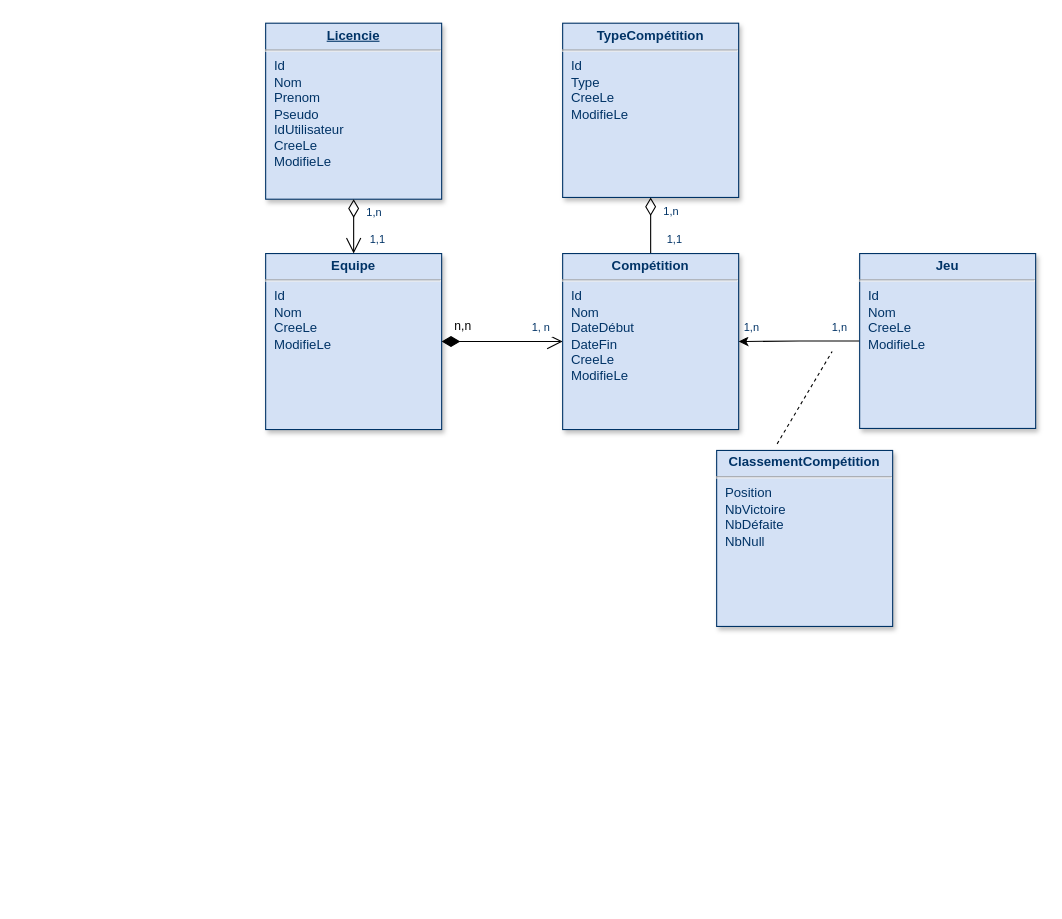
This is diagram projet esport.drawio from Draclight/ProjetEsport, a draw.io file, before an edit. Source tidied: cells renumbered, new cells numbered last; positions are measured from the earlier drawing's top-left corner, leaving out a move shared by most shapes. Both pictures are drawn from the tidied source at 110%, with x=0, y=0 at pixel (265, 23).
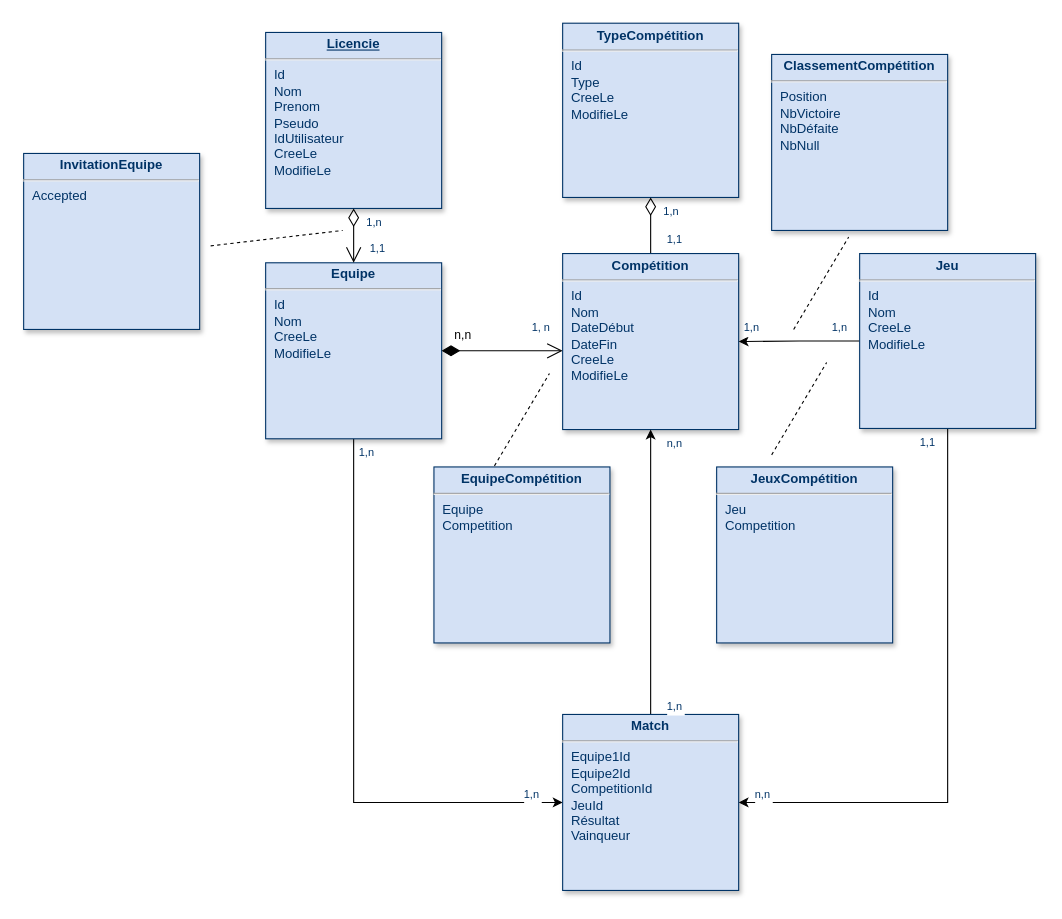
Above is the later version.

Commit message:
Schéma bdd

Unchanged cells that the change refers to:
```xml
<mxCell id="2" value="&lt;p style=&quot;margin: 4px 0px 0px ; text-align: center&quot;&gt;&lt;strong&gt;TypeCompétition&lt;/strong&gt;&lt;/p&gt;&lt;hr&gt;&lt;p style=&quot;margin: 0px 0px 0px 8px&quot;&gt;Id&lt;/p&gt;&lt;p style=&quot;margin: 0px 0px 0px 8px&quot;&gt;Type&lt;/p&gt;&lt;p style=&quot;margin: 0px 0px 0px 8px&quot;&gt;CreeLe&lt;/p&gt;&lt;p style=&quot;margin: 0px 0px 0px 8px&quot;&gt;ModifieLe&lt;/p&gt;" style="verticalAlign=top;align=left;overflow=fill;fontSize=12;fontFamily=Helvetica;html=1;strokeColor=#003366;shadow=1;fillColor=#D4E1F5;fontColor=#003366;" parent="1" vertex="1">
  <mxGeometry x="270" y="-0.4" width="160" height="158.4" as="geometry" />
</mxCell>
<mxCell id="12" value="&lt;p style=&quot;margin: 4px 0px 0px ; text-align: center&quot;&gt;&lt;strong&gt;Compétition&lt;/strong&gt;&lt;/p&gt;&lt;hr&gt;&lt;p style=&quot;margin: 0px 0px 0px 8px&quot;&gt;Id&lt;/p&gt;&lt;p style=&quot;margin: 0px 0px 0px 8px&quot;&gt;Nom&lt;/p&gt;&lt;p style=&quot;margin: 0px 0px 0px 8px&quot;&gt;DateDébut&lt;/p&gt;&lt;p style=&quot;margin: 0px 0px 0px 8px&quot;&gt;DateFin&lt;/p&gt;&lt;p style=&quot;margin: 0px 0px 0px 8px&quot;&gt;CreeLe&lt;/p&gt;&lt;p style=&quot;margin: 0px 0px 0px 8px&quot;&gt;ModifieLe&lt;/p&gt;" style="verticalAlign=top;align=left;overflow=fill;fontSize=12;fontFamily=Helvetica;html=1;strokeColor=#003366;shadow=1;fillColor=#D4E1F5;fontColor=#003366;" parent="1" vertex="1">
  <mxGeometry x="270" y="209" width="160" height="160" as="geometry" />
</mxCell>
<mxCell id="15" value="&lt;p style=&quot;margin: 4px 0px 0px ; text-align: center&quot;&gt;&lt;strong&gt;Jeu&lt;/strong&gt;&lt;/p&gt;&lt;hr&gt;&lt;p style=&quot;margin: 0px 0px 0px 8px&quot;&gt;Id&lt;/p&gt;&lt;p style=&quot;margin: 0px 0px 0px 8px&quot;&gt;Nom&lt;/p&gt;&lt;p style=&quot;margin: 0px 0px 0px 8px&quot;&gt;CreeLe&lt;/p&gt;&lt;p style=&quot;margin: 0px 0px 0px 8px&quot;&gt;ModifieLe&lt;/p&gt;" style="verticalAlign=top;align=left;overflow=fill;fontSize=12;fontFamily=Helvetica;html=1;strokeColor=#003366;shadow=1;fillColor=#D4E1F5;fontColor=#003366;" parent="1" vertex="1">
  <mxGeometry x="540" y="209" width="160" height="159" as="geometry" />
</mxCell>
```

The edit, as a diff of the source:
```diff
@@
+    <mxCell id="20" style="edgeStyle=orthogonalEdgeStyle;rounded=0;jettySize=auto;html=1;exitX=0.5;exitY=1;exitDx=0;exitDy=0;entryX=0;entryY=0.5;entryDx=0;entryDy=0;" parent="1" edge="1" source="3" target="25">
+      <mxGeometry relative="1" as="geometry" />
+    </mxCell>
     <mxCell id="3" value="&lt;p style=&quot;margin: 4px 0px 0px ; text-align: center&quot;&gt;&lt;strong&gt;Equipe&lt;/strong&gt;&lt;/p&gt;&lt;hr&gt;&lt;p style=&quot;margin: 0px 0px 0px 8px&quot;&gt;Id&lt;/p&gt;&lt;p style=&quot;margin: 0px 0px 0px 8px&quot;&gt;Nom&lt;/p&gt;&lt;p style=&quot;margin: 0px 0px 0px 8px&quot;&gt;CreeLe&lt;/p&gt;&lt;p style=&quot;margin: 0px 0px 0px 8px&quot;&gt;ModifieLe&lt;/p&gt;" style="verticalAlign=top;align=left;overflow=fill;fontSize=12;fontFamily=Helvetica;html=1;strokeColor=#003366;shadow=1;fillColor=#D4E1F5;fontColor=#003366;" parent="1" vertex="1">
-      <mxGeometry y="209" width="160" height="160" as="geometry" />
+      <mxGeometry y="217.4" width="160" height="160" as="geometry" />
     </mxCell>
     <mxCell id="4" value="&lt;p style=&quot;margin: 0px ; margin-top: 4px ; text-align: center ; text-decoration: underline&quot;&gt;&lt;strong&gt;Licencie&lt;/strong&gt;&lt;/p&gt;&lt;hr&gt;&lt;p style=&quot;margin: 0px ; margin-left: 8px&quot;&gt;Id&lt;/p&gt;&lt;p style=&quot;margin: 0px ; margin-left: 8px&quot;&gt;Nom&lt;/p&gt;&lt;p style=&quot;margin: 0px ; margin-left: 8px&quot;&gt;Prenom&lt;/p&gt;&lt;p style=&quot;margin: 0px ; margin-left: 8px&quot;&gt;Pseudo&lt;/p&gt;&lt;p style=&quot;margin: 0px ; margin-left: 8px&quot;&gt;IdUtilisateur&lt;/p&gt;&lt;p style=&quot;margin: 0px ; margin-left: 8px&quot;&gt;CreeLe&lt;/p&gt;&lt;p style=&quot;margin: 0px ; margin-left: 8px&quot;&gt;ModifieLe&lt;/p&gt;" style="verticalAlign=top;align=left;overflow=fill;fontSize=12;fontFamily=Helvetica;html=1;strokeColor=#003366;shadow=1;fillColor=#D4E1F5;fontColor=#003366;" parent="1" vertex="1">
-      <mxGeometry y="-0.4" width="160" height="160" as="geometry" />
+      <mxGeometry y="8" width="160" height="160" as="geometry" />
     </mxCell>
     <mxCell id="5" style="endArrow=open;endSize=12;startArrow=diamondThin;startSize=14;startFill=0;edgeStyle=orthogonalEdgeStyle;" parent="1" edge="1" source="2">
-      <mxGeometry y="160" as="geometry">
+      <mxGeometry x="220" y="160" as="geometry">
         <mxPoint x="350" y="258" as="targetPoint" />
       </mxGeometry>
     </mxCell>
@@
     <mxCell id="7" style="endArrow=open;endSize=12;startArrow=diamondThin;startSize=14;startFill=0;edgeStyle=orthogonalEdgeStyle;" parent="1" edge="1" source="4" target="3">
-      <mxGeometry x="620" y="340" as="geometry" />
+      <mxGeometry x="840" y="348.4" as="geometry" />
     </mxCell>
@@
     <mxCell id="10" value="n,n" style="endArrow=open;endSize=12;startArrow=diamondThin;startSize=14;startFill=1;edgeStyle=orthogonalEdgeStyle;align=left;verticalAlign=bottom;" parent="1" edge="1" source="3">
       <mxGeometry x="-0.82" y="5" relative="1" as="geometry">
-        <mxPoint x="270" y="289" as="targetPoint" />
+        <mxPoint x="270" y="297.4" as="targetPoint" />
       </mxGeometry>
     </mxCell>
@@
+    <mxCell id="21" style="edgeStyle=orthogonalEdgeStyle;rounded=0;jettySize=auto;html=1;exitX=0.5;exitY=1;exitDx=0;exitDy=0;entryX=1;entryY=0.5;entryDx=0;entryDy=0;" parent="1" edge="1" source="15" target="25">
+      <mxGeometry relative="1" as="geometry" />
+    </mxCell>
@@
     <mxCell id="18" value="&lt;p style=&quot;margin: 4px 0px 0px ; text-align: center&quot;&gt;&lt;strong&gt;ClassementCompétition&lt;/strong&gt;&lt;/p&gt;&lt;hr&gt;&lt;p style=&quot;margin: 0px 0px 0px 8px&quot;&gt;Position&lt;/p&gt;&lt;p style=&quot;margin: 0px 0px 0px 8px&quot;&gt;NbVictoire&lt;/p&gt;&lt;p style=&quot;margin: 0px 0px 0px 8px&quot;&gt;NbDéfaite&lt;/p&gt;&lt;p style=&quot;margin: 0px 0px 0px 8px&quot;&gt;NbNull&lt;/p&gt;" style="verticalAlign=top;align=left;overflow=fill;fontSize=12;fontFamily=Helvetica;html=1;strokeColor=#003366;shadow=1;fillColor=#D4E1F5;fontColor=#003366;" parent="1" vertex="1">
-      <mxGeometry x="410" y="388" width="160" height="160" as="geometry" />
+      <mxGeometry x="460" y="28" width="160" height="160" as="geometry" />
     </mxCell>
     <mxCell id="19" style="endArrow=none;dashed=1;html=1;" parent="1" edge="1">
       <mxGeometry relative="1" as="geometry">
-        <mxPoint x="465" y="382" as="sourcePoint" />
-        <mxPoint x="515" y="298" as="targetPoint" />
+        <mxPoint x="480" y="278" as="sourcePoint" />
+        <mxPoint x="530" y="194" as="targetPoint" />
       </mxGeometry>
     </mxCell>
+    <mxCell id="22" value="&lt;p style=&quot;margin: 4px 0px 0px ; text-align: center&quot;&gt;&lt;strong&gt;InvitationEquipe&lt;/strong&gt;&lt;/p&gt;&lt;hr&gt;&lt;p style=&quot;margin: 0px 0px 0px 8px&quot;&gt;Accepted&lt;br&gt;&lt;/p&gt;" style="verticalAlign=top;align=left;overflow=fill;fontSize=12;fontFamily=Helvetica;html=1;strokeColor=#003366;shadow=1;fillColor=#D4E1F5;fontColor=#003366;" parent="1" vertex="1">
+      <mxGeometry x="-220" y="118" width="160" height="160" as="geometry" />
+    </mxCell>
+    <mxCell id="23" style="endArrow=none;dashed=1;html=1;" parent="1" edge="1">
+      <mxGeometry relative="1" as="geometry">
+        <mxPoint x="-50" y="202" as="sourcePoint" />
+        <mxPoint x="70" y="188" as="targetPoint" />
+      </mxGeometry>
+    </mxCell>
+    <mxCell id="24" style="edgeStyle=orthogonalEdgeStyle;rounded=0;jettySize=auto;html=1;exitX=0.5;exitY=0;exitDx=0;exitDy=0;entryX=0.5;entryY=1;entryDx=0;entryDy=0;" parent="1" edge="1" source="25" target="12">
+      <mxGeometry relative="1" as="geometry" />
+    </mxCell>
+    <mxCell id="25" value="&lt;p style=&quot;margin: 4px 0px 0px ; text-align: center&quot;&gt;&lt;strong&gt;Match&lt;/strong&gt;&lt;/p&gt;&lt;hr&gt;&lt;p style=&quot;margin: 0px 0px 0px 8px&quot;&gt;Equipe1Id&lt;/p&gt;&lt;p style=&quot;margin: 0px 0px 0px 8px&quot;&gt;Equipe2Id&lt;/p&gt;&lt;p style=&quot;margin: 0px 0px 0px 8px&quot;&gt;CompetitionId&lt;/p&gt;&lt;p style=&quot;margin: 0px 0px 0px 8px&quot;&gt;JeuId&lt;/p&gt;&lt;p style=&quot;margin: 0px 0px 0px 8px&quot;&gt;Résultat&lt;/p&gt;&lt;p style=&quot;margin: 0px 0px 0px 8px&quot;&gt;Vainqueur&lt;/p&gt;" style="verticalAlign=top;align=left;overflow=fill;fontSize=12;fontFamily=Helvetica;html=1;strokeColor=#003366;shadow=1;fillColor=#D4E1F5;fontColor=#003366;" parent="1" vertex="1">
+      <mxGeometry x="270" y="628" width="160" height="160" as="geometry" />
+    </mxCell>
+    <mxCell id="26" value="1,n" style="align=right;verticalAlign=top;labelBackgroundColor=#ffffff;fontSize=10;strokeColor=#003366;shadow=1;fillColor=#D4E1F5;fontColor=#003366;" parent="1" vertex="1">
+      <mxGeometry x="250" y="688" as="geometry" />
+    </mxCell>
+    <mxCell id="27" value="1,n" style="align=right;verticalAlign=top;labelBackgroundColor=#ffffff;fontSize=10;strokeColor=#003366;shadow=1;fillColor=#D4E1F5;fontColor=#003366;" parent="1" vertex="1">
+      <mxGeometry x="100" y="377.4" as="geometry" />
+    </mxCell>
+    <mxCell id="28" value="1,n" style="align=right;verticalAlign=top;labelBackgroundColor=#ffffff;fontSize=10;strokeColor=#003366;shadow=1;fillColor=#D4E1F5;fontColor=#003366;" parent="1" vertex="1">
+      <mxGeometry x="380" y="608" as="geometry" />
+    </mxCell>
+    <mxCell id="29" value="n,n" style="align=right;verticalAlign=top;labelBackgroundColor=#ffffff;fontSize=10;strokeColor=#003366;shadow=1;fillColor=#D4E1F5;fontColor=#003366;" parent="1" vertex="1">
+      <mxGeometry x="380" y="369" as="geometry" />
+    </mxCell>
+    <mxCell id="30" value="n,n" style="align=right;verticalAlign=top;labelBackgroundColor=#ffffff;fontSize=10;strokeColor=#003366;shadow=1;fillColor=#D4E1F5;fontColor=#003366;" parent="1" vertex="1">
+      <mxGeometry x="460" y="688" as="geometry" />
+    </mxCell>
+    <mxCell id="31" value="1,1" style="align=right;verticalAlign=top;labelBackgroundColor=#ffffff;fontSize=10;strokeColor=#003366;shadow=1;fillColor=#D4E1F5;fontColor=#003366;" parent="1" vertex="1">
+      <mxGeometry x="610" y="368" as="geometry" />
+    </mxCell>
+    <mxCell id="32" value="&lt;p style=&quot;margin: 4px 0px 0px ; text-align: center&quot;&gt;&lt;strong&gt;JeuxCompétition&lt;/strong&gt;&lt;/p&gt;&lt;hr&gt;&lt;p style=&quot;margin: 0px 0px 0px 8px&quot;&gt;Jeu&lt;/p&gt;&lt;p style=&quot;margin: 0px 0px 0px 8px&quot;&gt;Competition&lt;/p&gt;" style="verticalAlign=top;align=left;overflow=fill;fontSize=12;fontFamily=Helvetica;html=1;strokeColor=#003366;shadow=1;fillColor=#D4E1F5;fontColor=#003366;" parent="1" vertex="1">
+      <mxGeometry x="410" y="403" width="160" height="160" as="geometry" />
+    </mxCell>
+    <mxCell id="33" style="endArrow=none;dashed=1;html=1;" parent="1" edge="1">
+      <mxGeometry relative="1" as="geometry">
+        <mxPoint x="460" y="392" as="sourcePoint" />
+        <mxPoint x="510" y="308" as="targetPoint" />
+      </mxGeometry>
+    </mxCell>
+    <mxCell id="34" value="&lt;p style=&quot;margin: 4px 0px 0px ; text-align: center&quot;&gt;&lt;strong&gt;EquipeCompétition&lt;/strong&gt;&lt;/p&gt;&lt;hr&gt;&lt;p style=&quot;margin: 0px 0px 0px 8px&quot;&gt;Equipe&lt;/p&gt;&lt;p style=&quot;margin: 0px 0px 0px 8px&quot;&gt;Competition&lt;/p&gt;" style="verticalAlign=top;align=left;overflow=fill;fontSize=12;fontFamily=Helvetica;html=1;strokeColor=#003366;shadow=1;fillColor=#D4E1F5;fontColor=#003366;" parent="1" vertex="1">
+      <mxGeometry x="153" y="403" width="160" height="160" as="geometry" />
+    </mxCell>
+    <mxCell id="35" style="endArrow=none;dashed=1;html=1;" parent="1" edge="1">
+      <mxGeometry relative="1" as="geometry">
+        <mxPoint x="208" y="402" as="sourcePoint" />
+        <mxPoint x="258" y="318" as="targetPoint" />
+      </mxGeometry>
+    </mxCell>
```
